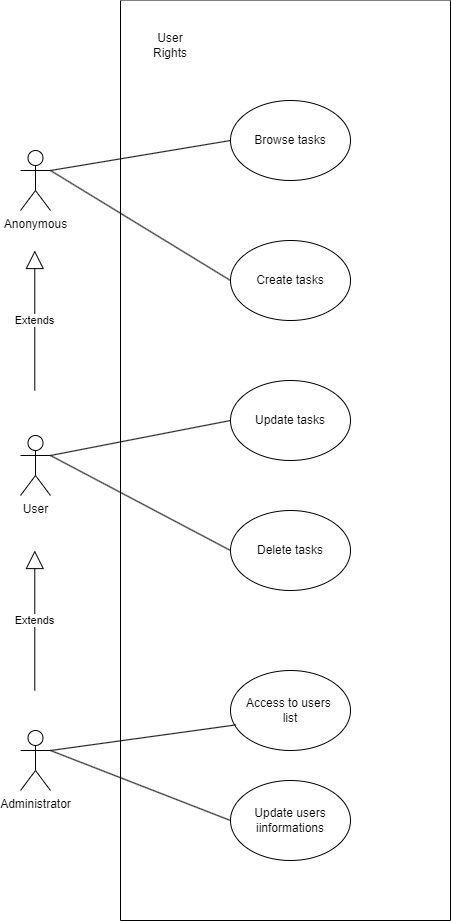
Before: diagrams/use cases/User Rights.png, a diagram exported from draw.io (Jexinte/P8---TodoList). Source tidied: cells renumbered, new cells last; positions are measured from the earlier drawing's top-left corner, leaving out a move shared by most shapes. Source of this version:
```xml
<mxGraphModel>
  <root>
    <mxCell id="0" />
    <mxCell id="1" parent="0" />
    <mxCell id="2" value="Anonymous&lt;br&gt;" style="shape=umlActor;verticalLabelPosition=bottom;verticalAlign=top;html=1;outlineConnect=0;" parent="1" vertex="1">
      <mxGeometry y="150" width="30" height="60" as="geometry" />
    </mxCell>
    <mxCell id="3" value="User" style="shape=umlActor;verticalLabelPosition=bottom;verticalAlign=top;html=1;outlineConnect=0;" parent="1" vertex="1">
      <mxGeometry y="435" width="30" height="60" as="geometry" />
    </mxCell>
    <mxCell id="4" value="Administrator" style="shape=umlActor;verticalLabelPosition=bottom;verticalAlign=top;html=1;outlineConnect=0;" parent="1" vertex="1">
      <mxGeometry y="730" width="30" height="60" as="geometry" />
    </mxCell>
    <mxCell id="5" style="swimlane;startSize=0;shadow=0;gradientColor=none;fillStyle=solid;glass=0;swimlaneFillColor=default;" parent="1" vertex="1">
      <mxGeometry x="100" width="330" height="920" as="geometry" />
    </mxCell>
    <mxCell id="6" value="User Rights" style="text;html=1;strokeColor=none;fillColor=none;align=center;verticalAlign=middle;whiteSpace=wrap;rounded=0;" parent="5" vertex="1">
      <mxGeometry x="20" y="30" width="60" height="30" as="geometry" />
    </mxCell>
    <mxCell id="7" value="Browse tasks" style="ellipse;whiteSpace=wrap;html=1;" parent="5" vertex="1">
      <mxGeometry x="110" y="100" width="120" height="80" as="geometry" />
    </mxCell>
    <mxCell id="8" value="Create tasks" style="ellipse;whiteSpace=wrap;html=1;" parent="5" vertex="1">
      <mxGeometry x="110" y="240" width="120" height="80" as="geometry" />
    </mxCell>
    <mxCell id="9" value="Update tasks" style="ellipse;whiteSpace=wrap;html=1;" parent="5" vertex="1">
      <mxGeometry x="110" y="380" width="120" height="80" as="geometry" />
    </mxCell>
    <mxCell id="10" value="Delete tasks" style="ellipse;whiteSpace=wrap;html=1;" parent="5" vertex="1">
      <mxGeometry x="110" y="510" width="120" height="80" as="geometry" />
    </mxCell>
    <mxCell id="11" value="Access to users&amp;nbsp;&lt;br&gt;list" style="ellipse;whiteSpace=wrap;html=1;" parent="5" vertex="1">
      <mxGeometry x="110" y="670" width="120" height="80" as="geometry" />
    </mxCell>
    <mxCell id="12" value="Update users iinformations" style="ellipse;whiteSpace=wrap;html=1;" parent="5" vertex="1">
      <mxGeometry x="110" y="780" width="120" height="80" as="geometry" />
    </mxCell>
    <mxCell id="13" style="endArrow=none;html=1;rounded=0;entryX=0;entryY=0.5;entryDx=0;entryDy=0;exitX=1;exitY=0.3333333333333333;exitDx=0;exitDy=0;exitPerimeter=0;" parent="1" edge="1" source="2" target="7">
      <mxGeometry relative="1" as="geometry" />
    </mxCell>
    <mxCell id="14" style="endArrow=none;html=1;rounded=0;entryX=0;entryY=0.5;entryDx=0;entryDy=0;exitX=1;exitY=0.3333333333333333;exitDx=0;exitDy=0;exitPerimeter=0;" parent="1" edge="1" source="2" target="8">
      <mxGeometry relative="1" as="geometry" />
    </mxCell>
    <mxCell id="15" style="endArrow=none;html=1;rounded=0;entryX=0;entryY=0.5;entryDx=0;entryDy=0;exitX=1;exitY=0.3333333333333333;exitDx=0;exitDy=0;exitPerimeter=0;" parent="1" edge="1" source="3" target="9">
      <mxGeometry relative="1" as="geometry" />
    </mxCell>
    <mxCell id="16" style="endArrow=none;html=1;rounded=0;entryX=0;entryY=0.5;entryDx=0;entryDy=0;exitX=1;exitY=0.3333333333333333;exitDx=0;exitDy=0;exitPerimeter=0;" parent="1" edge="1" source="3" target="10">
      <mxGeometry relative="1" as="geometry" />
    </mxCell>
    <mxCell id="17" style="endArrow=none;html=1;rounded=0;entryX=0.045;entryY=0.68;entryDx=0;entryDy=0;exitX=1;exitY=0.3333333333333333;exitDx=0;exitDy=0;exitPerimeter=0;entryPerimeter=0;" parent="1" edge="1" source="4" target="11">
      <mxGeometry relative="1" as="geometry" />
    </mxCell>
    <mxCell id="18" style="endArrow=none;html=1;rounded=0;entryX=0;entryY=0.5;entryDx=0;entryDy=0;exitX=1;exitY=0.3333333333333333;exitDx=0;exitDy=0;exitPerimeter=0;" parent="1" edge="1" source="4" target="12">
      <mxGeometry relative="1" as="geometry" />
    </mxCell>
    <mxCell id="19" value="Extends" style="endArrow=block;endSize=16;endFill=0;html=1;rounded=0;" parent="1" edge="1">
      <mxGeometry relative="1" as="geometry">
        <mxPoint x="14.3" y="390" as="sourcePoint" />
        <mxPoint x="14.3" y="250" as="targetPoint" />
      </mxGeometry>
    </mxCell>
    <mxCell id="20" value="Extends" style="endArrow=block;endSize=16;endFill=0;html=1;rounded=0;" parent="1" edge="1">
      <mxGeometry relative="1" as="geometry">
        <mxPoint x="14.3" y="690" as="sourcePoint" />
        <mxPoint x="14.3" y="550" as="targetPoint" />
      </mxGeometry>
    </mxCell>
  </root>
</mxGraphModel>
```
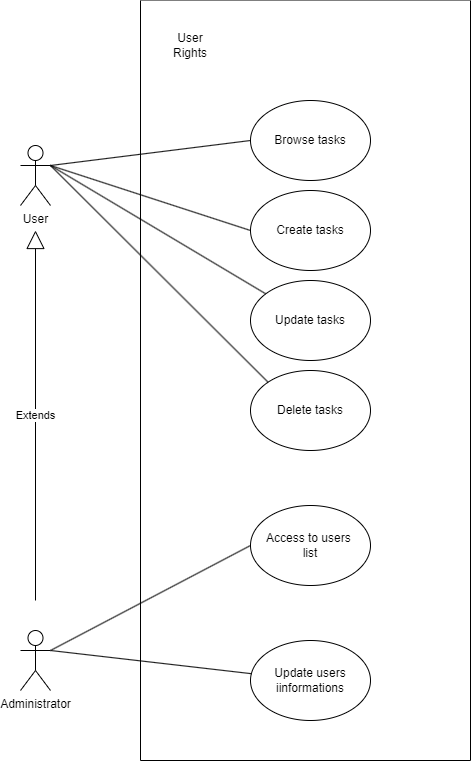
Above is the later version.

Commit message:
anonymous user is removed as actor on use cases diagram

Change to the diagram source:
```diff
@@ -2,17 +2,14 @@
   <root>
     <mxCell id="0" />
     <mxCell id="1" parent="0" />
-    <mxCell id="2" value="Anonymous&lt;br&gt;" style="shape=umlActor;verticalLabelPosition=bottom;verticalAlign=top;html=1;outlineConnect=0;" parent="1" vertex="1">
-      <mxGeometry y="150" width="30" height="60" as="geometry" />
-    </mxCell>
     <mxCell id="3" value="User" style="shape=umlActor;verticalLabelPosition=bottom;verticalAlign=top;html=1;outlineConnect=0;" parent="1" vertex="1">
-      <mxGeometry y="435" width="30" height="60" as="geometry" />
+      <mxGeometry x="-20" y="145" width="30" height="60" as="geometry" />
     </mxCell>
     <mxCell id="4" value="Administrator" style="shape=umlActor;verticalLabelPosition=bottom;verticalAlign=top;html=1;outlineConnect=0;" parent="1" vertex="1">
-      <mxGeometry y="730" width="30" height="60" as="geometry" />
+      <mxGeometry x="-20" y="630" width="30" height="60" as="geometry" />
     </mxCell>
     <mxCell id="5" style="swimlane;startSize=0;shadow=0;gradientColor=none;fillStyle=solid;glass=0;swimlaneFillColor=default;" parent="1" vertex="1">
-      <mxGeometry x="100" width="330" height="920" as="geometry" />
+      <mxGeometry x="100" width="330" height="760" as="geometry" />
     </mxCell>
     <mxCell id="6" value="User Rights" style="text;html=1;strokeColor=none;fillColor=none;align=center;verticalAlign=middle;whiteSpace=wrap;rounded=0;" parent="5" vertex="1">
       <mxGeometry x="20" y="30" width="60" height="30" as="geometry" />
@@ -21,49 +18,43 @@
       <mxGeometry x="110" y="100" width="120" height="80" as="geometry" />
     </mxCell>
     <mxCell id="8" value="Create tasks" style="ellipse;whiteSpace=wrap;html=1;" parent="5" vertex="1">
-      <mxGeometry x="110" y="240" width="120" height="80" as="geometry" />
+      <mxGeometry x="110" y="190" width="120" height="80" as="geometry" />
     </mxCell>
     <mxCell id="9" value="Update tasks" style="ellipse;whiteSpace=wrap;html=1;" parent="5" vertex="1">
-      <mxGeometry x="110" y="380" width="120" height="80" as="geometry" />
+      <mxGeometry x="110" y="280" width="120" height="80" as="geometry" />
     </mxCell>
     <mxCell id="10" value="Delete tasks" style="ellipse;whiteSpace=wrap;html=1;" parent="5" vertex="1">
-      <mxGeometry x="110" y="510" width="120" height="80" as="geometry" />
+      <mxGeometry x="110" y="370" width="120" height="80" as="geometry" />
     </mxCell>
     <mxCell id="11" value="Access to users&amp;nbsp;&lt;br&gt;list" style="ellipse;whiteSpace=wrap;html=1;" parent="5" vertex="1">
-      <mxGeometry x="110" y="670" width="120" height="80" as="geometry" />
+      <mxGeometry x="110" y="505" width="120" height="80" as="geometry" />
     </mxCell>
     <mxCell id="12" value="Update users iinformations" style="ellipse;whiteSpace=wrap;html=1;" parent="5" vertex="1">
-      <mxGeometry x="110" y="780" width="120" height="80" as="geometry" />
+      <mxGeometry x="110" y="640" width="120" height="80" as="geometry" />
     </mxCell>
-    <mxCell id="13" style="endArrow=none;html=1;rounded=0;entryX=0;entryY=0.5;entryDx=0;entryDy=0;exitX=1;exitY=0.3333333333333333;exitDx=0;exitDy=0;exitPerimeter=0;" parent="1" edge="1" source="2" target="7">
-      <mxGeometry relative="1" as="geometry" />
-    </mxCell>
-    <mxCell id="14" style="endArrow=none;html=1;rounded=0;entryX=0;entryY=0.5;entryDx=0;entryDy=0;exitX=1;exitY=0.3333333333333333;exitDx=0;exitDy=0;exitPerimeter=0;" parent="1" edge="1" source="2" target="8">
+    <mxCell id="14" style="endArrow=none;html=1;rounded=0;entryX=0;entryY=0.5;entryDx=0;entryDy=0;exitX=1;exitY=0.3333333333333333;exitDx=0;exitDy=0;exitPerimeter=0;" parent="1" edge="1" source="3" target="8">
       <mxGeometry relative="1" as="geometry" />
     </mxCell>
-    <mxCell id="15" style="endArrow=none;html=1;rounded=0;entryX=0;entryY=0.5;entryDx=0;entryDy=0;exitX=1;exitY=0.3333333333333333;exitDx=0;exitDy=0;exitPerimeter=0;" parent="1" edge="1" source="3" target="9">
+    <mxCell id="15" style="endArrow=none;html=1;rounded=0;entryX=0;entryY=0.5;entryDx=0;entryDy=0;exitX=1;exitY=0.3333333333333333;exitDx=0;exitDy=0;exitPerimeter=0;" parent="1" edge="1" source="3" target="7">
       <mxGeometry relative="1" as="geometry" />
     </mxCell>
-    <mxCell id="16" style="endArrow=none;html=1;rounded=0;entryX=0;entryY=0.5;entryDx=0;entryDy=0;exitX=1;exitY=0.3333333333333333;exitDx=0;exitDy=0;exitPerimeter=0;" parent="1" edge="1" source="3" target="10">
-      <mxGeometry relative="1" as="geometry" />
-    </mxCell>
-    <mxCell id="17" style="endArrow=none;html=1;rounded=0;entryX=0.045;entryY=0.68;entryDx=0;entryDy=0;exitX=1;exitY=0.3333333333333333;exitDx=0;exitDy=0;exitPerimeter=0;entryPerimeter=0;" parent="1" edge="1" source="4" target="11">
+    <mxCell id="17" style="endArrow=none;html=1;rounded=0;exitX=1;exitY=0.3333333333333333;exitDx=0;exitDy=0;exitPerimeter=0;entryX=0;entryY=0.5;entryDx=0;entryDy=0;" parent="1" edge="1" source="4" target="11">
       <mxGeometry relative="1" as="geometry" />
     </mxCell>
-    <mxCell id="18" style="endArrow=none;html=1;rounded=0;entryX=0;entryY=0.5;entryDx=0;entryDy=0;exitX=1;exitY=0.3333333333333333;exitDx=0;exitDy=0;exitPerimeter=0;" parent="1" edge="1" source="4" target="12">
+    <mxCell id="18" style="endArrow=none;html=1;rounded=0;exitX=1;exitY=0.3333333333333333;exitDx=0;exitDy=0;exitPerimeter=0;" parent="1" edge="1" source="4" target="12">
       <mxGeometry relative="1" as="geometry" />
     </mxCell>
-    <mxCell id="19" value="Extends" style="endArrow=block;endSize=16;endFill=0;html=1;rounded=0;" parent="1" edge="1">
-      <mxGeometry relative="1" as="geometry">
-        <mxPoint x="14.3" y="390" as="sourcePoint" />
-        <mxPoint x="14.3" y="250" as="targetPoint" />
-      </mxGeometry>
-    </mxCell>
     <mxCell id="20" value="Extends" style="endArrow=block;endSize=16;endFill=0;html=1;rounded=0;" parent="1" edge="1">
       <mxGeometry relative="1" as="geometry">
-        <mxPoint x="14.3" y="690" as="sourcePoint" />
-        <mxPoint x="14.3" y="550" as="targetPoint" />
+        <mxPoint x="-5" y="600" as="sourcePoint" />
+        <mxPoint x="-5" y="230" as="targetPoint" />
       </mxGeometry>
     </mxCell>
+    <mxCell id="21" style="endArrow=none;html=1;rounded=0;exitX=1;exitY=0.3333333333333333;exitDx=0;exitDy=0;exitPerimeter=0;" parent="1" edge="1" source="3" target="9">
+      <mxGeometry relative="1" as="geometry" />
+    </mxCell>
+    <mxCell id="16" style="endArrow=none;html=1;rounded=0;exitX=1;exitY=0.3333333333333333;exitDx=0;exitDy=0;exitPerimeter=0;entryX=0;entryY=0;entryDx=0;entryDy=0;" parent="1" edge="1" source="3" target="10">
+      <mxGeometry relative="1" as="geometry" />
+    </mxCell>
   </root>
 </mxGraphModel>
```
